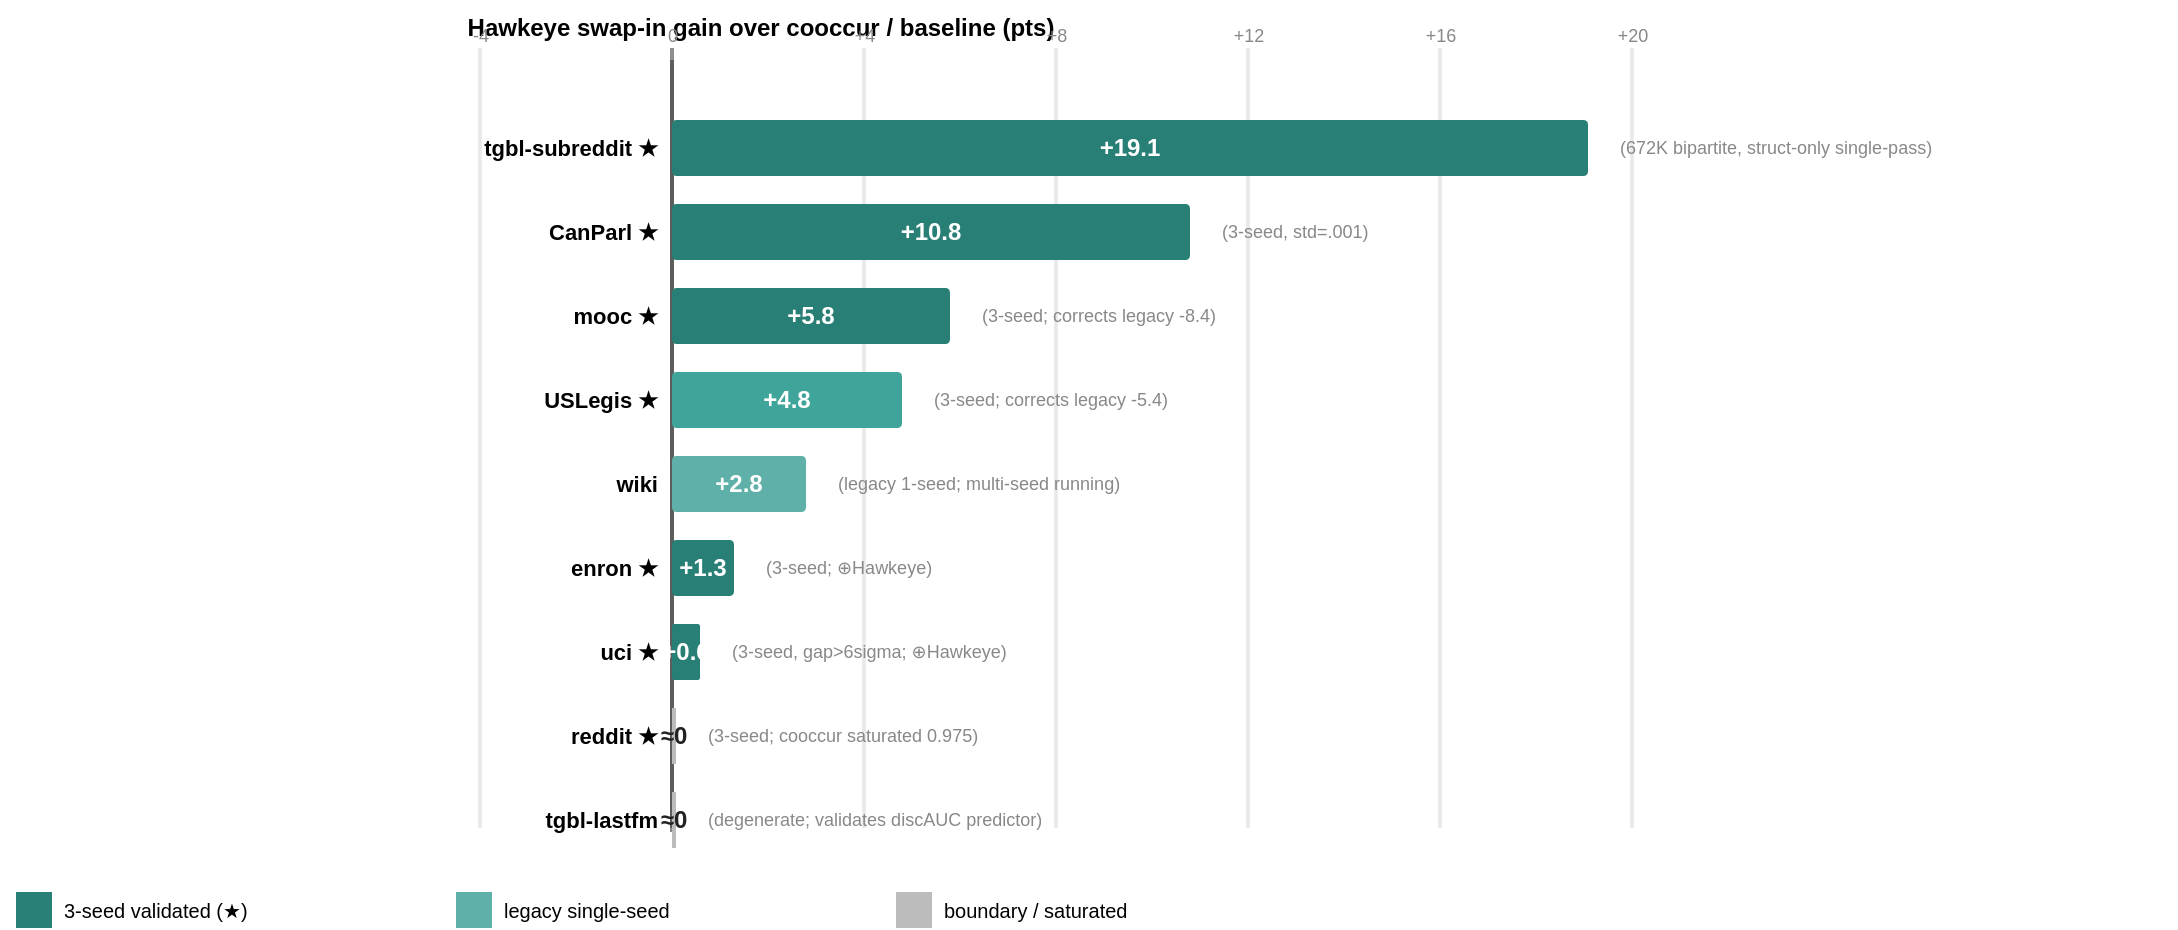
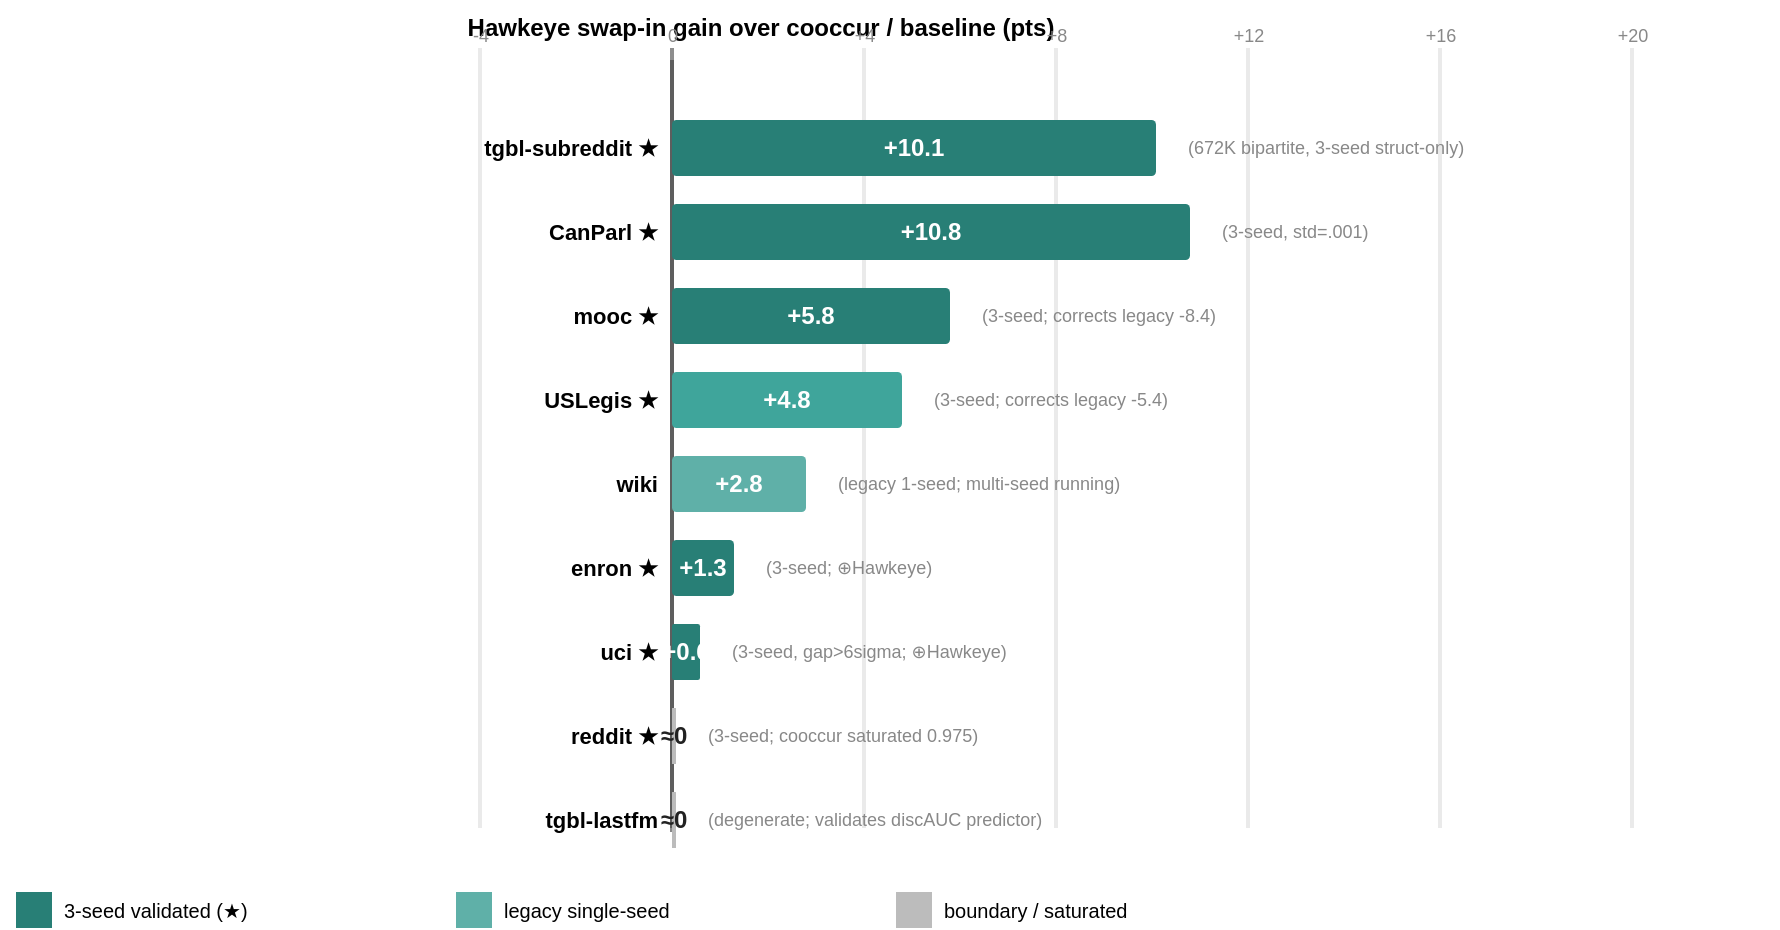
<mxfile host="local" version="22.0.0">
  <diagram name="gains-per-dataset-v2" id="gains_v2">
    <mxGraphModel dx="2400" dy="900" grid="1" gridSize="10" guides="1" tooltips="1"
      connect="1" arrows="1" fold="1" page="1" pageScale="1"
      pageWidth="1244" pageHeight="590" math="0" shadow="0">
      <root>
        <mxCell id="0"/>
        <mxCell id="1" parent="0"/>
-         <mxCell id="3001" value="Hawkeye swap-in gain over cooccur / baseline (pts)" style="text;html=1;align=center;fontFamily=Helvetica;fontSize=12;fontStyle=1" vertex="1" parent="1"><mxGeometry x="24" y="24" width="760" height="24" as="geometry"/></mxCell><mxCell id="3002" value="" style="rounded=0;fillColor=#888888;strokeColor=none" vertex="1" parent="1"><mxGeometry x="359" y="54" width="2" height="386" as="geometry"/></mxCell><mxCell id="3003" value="" style="rounded=0;fillColor=#DDDDDD;strokeColor=none;opacity=60" vertex="1" parent="1"><mxGeometry x="263" y="48" width="2" height="390" as="geometry"/></mxCell><mxCell id="3004" value="-4" style="text;html=1;align=center;fontFamily=Helvetica;fontSize=9;fontColor=#888888" vertex="1" parent="1"><mxGeometry x="250" y="30" width="28" height="16" as="geometry"/></mxCell><mxCell id="3005" value="" style="rounded=0;fillColor=#444444;strokeColor=none;opacity=60" vertex="1" parent="1"><mxGeometry x="359" y="48" width="2" height="390" as="geometry"/></mxCell><mxCell id="3006" value="0" style="text;html=1;align=center;fontFamily=Helvetica;fontSize=9;fontColor=#888888" vertex="1" parent="1"><mxGeometry x="346" y="30" width="28" height="16" as="geometry"/></mxCell><mxCell id="3007" value="" style="rounded=0;fillColor=#DDDDDD;strokeColor=none;opacity=60" vertex="1" parent="1"><mxGeometry x="455" y="48" width="2" height="390" as="geometry"/></mxCell><mxCell id="3008" value="+4" style="text;html=1;align=center;fontFamily=Helvetica;fontSize=9;fontColor=#888888" vertex="1" parent="1"><mxGeometry x="442" y="30" width="28" height="16" as="geometry"/></mxCell><mxCell id="3009" value="" style="rounded=0;fillColor=#DDDDDD;strokeColor=none;opacity=60" vertex="1" parent="1"><mxGeometry x="551" y="48" width="2" height="390" as="geometry"/></mxCell><mxCell id="3010" value="+8" style="text;html=1;align=center;fontFamily=Helvetica;fontSize=9;fontColor=#888888" vertex="1" parent="1"><mxGeometry x="538" y="30" width="28" height="16" as="geometry"/></mxCell><mxCell id="3011" value="" style="rounded=0;fillColor=#DDDDDD;strokeColor=none;opacity=60" vertex="1" parent="1"><mxGeometry x="647" y="48" width="2" height="390" as="geometry"/></mxCell><mxCell id="3012" value="+12" style="text;html=1;align=center;fontFamily=Helvetica;fontSize=9;fontColor=#888888" vertex="1" parent="1"><mxGeometry x="634" y="30" width="28" height="16" as="geometry"/></mxCell><mxCell id="3013" value="" style="rounded=0;fillColor=#DDDDDD;strokeColor=none;opacity=60" vertex="1" parent="1"><mxGeometry x="743" y="48" width="2" height="390" as="geometry"/></mxCell><mxCell id="3014" value="+16" style="text;html=1;align=center;fontFamily=Helvetica;fontSize=9;fontColor=#888888" vertex="1" parent="1"><mxGeometry x="730" y="30" width="28" height="16" as="geometry"/></mxCell><mxCell id="3015" value="" style="rounded=0;fillColor=#DDDDDD;strokeColor=none;opacity=60" vertex="1" parent="1"><mxGeometry x="839" y="48" width="2" height="390" as="geometry"/></mxCell><mxCell id="3016" value="+20" style="text;html=1;align=center;fontFamily=Helvetica;fontSize=9;fontColor=#888888" vertex="1" parent="1"><mxGeometry x="826" y="30" width="28" height="16" as="geometry"/></mxCell><mxCell id="3017" value="tgbl-subreddit ★" style="text;html=1;align=right;verticalAlign=middle;fontFamily=Helvetica;fontSize=11;fontStyle=1" vertex="1" parent="1"><mxGeometry x="204" y="80" width="150" height="36" as="geometry"/></mxCell><mxCell id="3018" value="+19.1" style="rounded=1;arcSize=8;whiteSpace=wrap;html=1;fillColor=#287F76;strokeColor=none;fontColor=#FFFFFF;fontStyle=1;fontFamily=Helvetica;fontSize=12;align=center;verticalAlign=middle" vertex="1" parent="1"><mxGeometry x="360" y="84" width="458" height="28" as="geometry"/></mxCell><mxCell id="3019" value="(672K bipartite, struct-only single-pass)" style="text;html=1;align=left;verticalAlign=middle;fontFamily=Helvetica;fontSize=9;fontColor=#888888" vertex="1" parent="1"><mxGeometry x="832" y="80" width="280" height="36" as="geometry"/></mxCell><mxCell id="3020" value="CanParl ★" style="text;html=1;align=right;verticalAlign=middle;fontFamily=Helvetica;fontSize=11;fontStyle=1" vertex="1" parent="1"><mxGeometry x="204" y="122" width="150" height="36" as="geometry"/></mxCell><mxCell id="3021" value="+10.8" style="rounded=1;arcSize=8;whiteSpace=wrap;html=1;fillColor=#287F76;strokeColor=none;fontColor=#FFFFFF;fontStyle=1;fontFamily=Helvetica;fontSize=12;align=center;verticalAlign=middle" vertex="1" parent="1"><mxGeometry x="360" y="126" width="259" height="28" as="geometry"/></mxCell><mxCell id="3022" value="(3-seed, std=.001)" style="text;html=1;align=left;verticalAlign=middle;fontFamily=Helvetica;fontSize=9;fontColor=#888888" vertex="1" parent="1"><mxGeometry x="633" y="122" width="280" height="36" as="geometry"/></mxCell><mxCell id="3023" value="mooc ★" style="text;html=1;align=right;verticalAlign=middle;fontFamily=Helvetica;fontSize=11;fontStyle=1" vertex="1" parent="1"><mxGeometry x="204" y="164" width="150" height="36" as="geometry"/></mxCell><mxCell id="3024" value="+5.8" style="rounded=1;arcSize=8;whiteSpace=wrap;html=1;fillColor=#287F76;strokeColor=none;fontColor=#FFFFFF;fontStyle=1;fontFamily=Helvetica;fontSize=12;align=center;verticalAlign=middle" vertex="1" parent="1"><mxGeometry x="360" y="168" width="139" height="28" as="geometry"/></mxCell><mxCell id="3025" value="(3-seed; corrects legacy -8.4)" style="text;html=1;align=left;verticalAlign=middle;fontFamily=Helvetica;fontSize=9;fontColor=#888888" vertex="1" parent="1"><mxGeometry x="513" y="164" width="280" height="36" as="geometry"/></mxCell><mxCell id="3026" value="USLegis ★" style="text;html=1;align=right;verticalAlign=middle;fontFamily=Helvetica;fontSize=11;fontStyle=1" vertex="1" parent="1"><mxGeometry x="204" y="206" width="150" height="36" as="geometry"/></mxCell><mxCell id="3027" value="+4.8" style="rounded=1;arcSize=8;whiteSpace=wrap;html=1;fillColor=#3FA59B;strokeColor=none;fontColor=#FFFFFF;fontStyle=1;fontFamily=Helvetica;fontSize=12;align=center;verticalAlign=middle" vertex="1" parent="1"><mxGeometry x="360" y="210" width="115" height="28" as="geometry"/></mxCell><mxCell id="3028" value="(3-seed; corrects legacy -5.4)" style="text;html=1;align=left;verticalAlign=middle;fontFamily=Helvetica;fontSize=9;fontColor=#888888" vertex="1" parent="1"><mxGeometry x="489" y="206" width="280" height="36" as="geometry"/></mxCell><mxCell id="3029" value="wiki" style="text;html=1;align=right;verticalAlign=middle;fontFamily=Helvetica;fontSize=11;fontStyle=1" vertex="1" parent="1"><mxGeometry x="204" y="248" width="150" height="36" as="geometry"/></mxCell><mxCell id="3030" value="+2.8" style="rounded=1;arcSize=8;whiteSpace=wrap;html=1;fillColor=#5FB0A8;strokeColor=none;fontColor=#FFFFFF;fontStyle=1;fontFamily=Helvetica;fontSize=12;align=center;verticalAlign=middle" vertex="1" parent="1"><mxGeometry x="360" y="252" width="67" height="28" as="geometry"/></mxCell><mxCell id="3031" value="(legacy 1-seed; multi-seed running)" style="text;html=1;align=left;verticalAlign=middle;fontFamily=Helvetica;fontSize=9;fontColor=#888888" vertex="1" parent="1"><mxGeometry x="441" y="248" width="280" height="36" as="geometry"/></mxCell><mxCell id="3032" value="enron ★" style="text;html=1;align=right;verticalAlign=middle;fontFamily=Helvetica;fontSize=11;fontStyle=1" vertex="1" parent="1"><mxGeometry x="204" y="290" width="150" height="36" as="geometry"/></mxCell><mxCell id="3033" value="+1.3" style="rounded=1;arcSize=8;whiteSpace=wrap;html=1;fillColor=#287F76;strokeColor=none;fontColor=#FFFFFF;fontStyle=1;fontFamily=Helvetica;fontSize=12;align=center;verticalAlign=middle" vertex="1" parent="1"><mxGeometry x="360" y="294" width="31" height="28" as="geometry"/></mxCell><mxCell id="3034" value="(3-seed; ⊕Hawkeye)" style="text;html=1;align=left;verticalAlign=middle;fontFamily=Helvetica;fontSize=9;fontColor=#888888" vertex="1" parent="1"><mxGeometry x="405" y="290" width="280" height="36" as="geometry"/></mxCell><mxCell id="3035" value="uci ★" style="text;html=1;align=right;verticalAlign=middle;fontFamily=Helvetica;fontSize=11;fontStyle=1" vertex="1" parent="1"><mxGeometry x="204" y="332" width="150" height="36" as="geometry"/></mxCell><mxCell id="3036" value="+0.6" style="rounded=1;arcSize=8;whiteSpace=wrap;html=1;fillColor=#287F76;strokeColor=none;fontColor=#FFFFFF;fontStyle=1;fontFamily=Helvetica;fontSize=12;align=center;verticalAlign=middle" vertex="1" parent="1"><mxGeometry x="360" y="336" width="14" height="28" as="geometry"/></mxCell><mxCell id="3037" value="(3-seed, gap&gt;6sigma; ⊕Hawkeye)" style="text;html=1;align=left;verticalAlign=middle;fontFamily=Helvetica;fontSize=9;fontColor=#888888" vertex="1" parent="1"><mxGeometry x="388" y="332" width="280" height="36" as="geometry"/></mxCell><mxCell id="3038" value="reddit ★" style="text;html=1;align=right;verticalAlign=middle;fontFamily=Helvetica;fontSize=11;fontStyle=1" vertex="1" parent="1"><mxGeometry x="204" y="374" width="150" height="36" as="geometry"/></mxCell><mxCell id="3039" value="≈0" style="rounded=1;arcSize=8;whiteSpace=wrap;html=1;fillColor=#BCBCBC;strokeColor=none;fontColor=#222222;fontStyle=1;fontFamily=Helvetica;fontSize=12;align=center;verticalAlign=middle" vertex="1" parent="1"><mxGeometry x="360" y="378" width="2" height="28" as="geometry"/></mxCell><mxCell id="3040" value="(3-seed; cooccur saturated 0.975)" style="text;html=1;align=left;verticalAlign=middle;fontFamily=Helvetica;fontSize=9;fontColor=#888888" vertex="1" parent="1"><mxGeometry x="376" y="374" width="280" height="36" as="geometry"/></mxCell><mxCell id="3041" value="tgbl-lastfm" style="text;html=1;align=right;verticalAlign=middle;fontFamily=Helvetica;fontSize=11;fontStyle=1" vertex="1" parent="1"><mxGeometry x="204" y="416" width="150" height="36" as="geometry"/></mxCell><mxCell id="3042" value="≈0" style="rounded=1;arcSize=8;whiteSpace=wrap;html=1;fillColor=#BCBCBC;strokeColor=none;fontColor=#222222;fontStyle=1;fontFamily=Helvetica;fontSize=12;align=center;verticalAlign=middle" vertex="1" parent="1"><mxGeometry x="360" y="420" width="2" height="28" as="geometry"/></mxCell><mxCell id="3043" value="(degenerate; validates discAUC predictor)" style="text;html=1;align=left;verticalAlign=middle;fontFamily=Helvetica;fontSize=9;fontColor=#888888" vertex="1" parent="1"><mxGeometry x="376" y="416" width="280" height="36" as="geometry"/></mxCell><mxCell id="3044" value="" style="rounded=0;fillColor=#287F76;strokeColor=none" vertex="1" parent="1"><mxGeometry x="32" y="470" width="18" height="18" as="geometry"/></mxCell><mxCell id="3045" value="3-seed validated (★)" style="text;html=1;align=left;verticalAlign=middle;fontFamily=Helvetica;fontSize=10" vertex="1" parent="1"><mxGeometry x="54" y="470" width="230" height="18" as="geometry"/></mxCell><mxCell id="3046" value="" style="rounded=0;fillColor=#5FB0A8;strokeColor=none" vertex="1" parent="1"><mxGeometry x="252" y="470" width="18" height="18" as="geometry"/></mxCell><mxCell id="3047" value="legacy single-seed" style="text;html=1;align=left;verticalAlign=middle;fontFamily=Helvetica;fontSize=10" vertex="1" parent="1"><mxGeometry x="274" y="470" width="230" height="18" as="geometry"/></mxCell><mxCell id="3048" value="" style="rounded=0;fillColor=#BCBCBC;strokeColor=none" vertex="1" parent="1"><mxGeometry x="472" y="470" width="18" height="18" as="geometry"/></mxCell><mxCell id="3049" value="boundary / saturated" style="text;html=1;align=left;verticalAlign=middle;fontFamily=Helvetica;fontSize=10" vertex="1" parent="1"><mxGeometry x="494" y="470" width="230" height="18" as="geometry"/></mxCell>
+         <mxCell id="3001" value="Hawkeye swap-in gain over cooccur / baseline (pts)" style="text;html=1;align=center;fontFamily=Helvetica;fontSize=12;fontStyle=1" vertex="1" parent="1"><mxGeometry x="24" y="24" width="760" height="24" as="geometry"/></mxCell><mxCell id="3002" value="" style="rounded=0;fillColor=#888888;strokeColor=none" vertex="1" parent="1"><mxGeometry x="359" y="54" width="2" height="386" as="geometry"/></mxCell><mxCell id="3003" value="" style="rounded=0;fillColor=#DDDDDD;strokeColor=none;opacity=60" vertex="1" parent="1"><mxGeometry x="263" y="48" width="2" height="390" as="geometry"/></mxCell><mxCell id="3004" value="-4" style="text;html=1;align=center;fontFamily=Helvetica;fontSize=9;fontColor=#888888" vertex="1" parent="1"><mxGeometry x="250" y="30" width="28" height="16" as="geometry"/></mxCell><mxCell id="3005" value="" style="rounded=0;fillColor=#444444;strokeColor=none;opacity=60" vertex="1" parent="1"><mxGeometry x="359" y="48" width="2" height="390" as="geometry"/></mxCell><mxCell id="3006" value="0" style="text;html=1;align=center;fontFamily=Helvetica;fontSize=9;fontColor=#888888" vertex="1" parent="1"><mxGeometry x="346" y="30" width="28" height="16" as="geometry"/></mxCell><mxCell id="3007" value="" style="rounded=0;fillColor=#DDDDDD;strokeColor=none;opacity=60" vertex="1" parent="1"><mxGeometry x="455" y="48" width="2" height="390" as="geometry"/></mxCell><mxCell id="3008" value="+4" style="text;html=1;align=center;fontFamily=Helvetica;fontSize=9;fontColor=#888888" vertex="1" parent="1"><mxGeometry x="442" y="30" width="28" height="16" as="geometry"/></mxCell><mxCell id="3009" value="" style="rounded=0;fillColor=#DDDDDD;strokeColor=none;opacity=60" vertex="1" parent="1"><mxGeometry x="551" y="48" width="2" height="390" as="geometry"/></mxCell><mxCell id="3010" value="+8" style="text;html=1;align=center;fontFamily=Helvetica;fontSize=9;fontColor=#888888" vertex="1" parent="1"><mxGeometry x="538" y="30" width="28" height="16" as="geometry"/></mxCell><mxCell id="3011" value="" style="rounded=0;fillColor=#DDDDDD;strokeColor=none;opacity=60" vertex="1" parent="1"><mxGeometry x="647" y="48" width="2" height="390" as="geometry"/></mxCell><mxCell id="3012" value="+12" style="text;html=1;align=center;fontFamily=Helvetica;fontSize=9;fontColor=#888888" vertex="1" parent="1"><mxGeometry x="634" y="30" width="28" height="16" as="geometry"/></mxCell><mxCell id="3013" value="" style="rounded=0;fillColor=#DDDDDD;strokeColor=none;opacity=60" vertex="1" parent="1"><mxGeometry x="743" y="48" width="2" height="390" as="geometry"/></mxCell><mxCell id="3014" value="+16" style="text;html=1;align=center;fontFamily=Helvetica;fontSize=9;fontColor=#888888" vertex="1" parent="1"><mxGeometry x="730" y="30" width="28" height="16" as="geometry"/></mxCell><mxCell id="3015" value="" style="rounded=0;fillColor=#DDDDDD;strokeColor=none;opacity=60" vertex="1" parent="1"><mxGeometry x="839" y="48" width="2" height="390" as="geometry"/></mxCell><mxCell id="3016" value="+20" style="text;html=1;align=center;fontFamily=Helvetica;fontSize=9;fontColor=#888888" vertex="1" parent="1"><mxGeometry x="826" y="30" width="28" height="16" as="geometry"/></mxCell><mxCell id="3017" value="tgbl-subreddit ★" style="text;html=1;align=right;verticalAlign=middle;fontFamily=Helvetica;fontSize=11;fontStyle=1" vertex="1" parent="1"><mxGeometry x="204" y="80" width="150" height="36" as="geometry"/></mxCell><mxCell id="3018" value="+10.1" style="rounded=1;arcSize=8;whiteSpace=wrap;html=1;fillColor=#287F76;strokeColor=none;fontColor=#FFFFFF;fontStyle=1;fontFamily=Helvetica;fontSize=12;align=center;verticalAlign=middle" vertex="1" parent="1"><mxGeometry x="360" y="84" width="242" height="28" as="geometry"/></mxCell><mxCell id="3019" value="(672K bipartite, 3-seed struct-only)" style="text;html=1;align=left;verticalAlign=middle;fontFamily=Helvetica;fontSize=9;fontColor=#888888" vertex="1" parent="1"><mxGeometry x="616" y="80" width="280" height="36" as="geometry"/></mxCell><mxCell id="3020" value="CanParl ★" style="text;html=1;align=right;verticalAlign=middle;fontFamily=Helvetica;fontSize=11;fontStyle=1" vertex="1" parent="1"><mxGeometry x="204" y="122" width="150" height="36" as="geometry"/></mxCell><mxCell id="3021" value="+10.8" style="rounded=1;arcSize=8;whiteSpace=wrap;html=1;fillColor=#287F76;strokeColor=none;fontColor=#FFFFFF;fontStyle=1;fontFamily=Helvetica;fontSize=12;align=center;verticalAlign=middle" vertex="1" parent="1"><mxGeometry x="360" y="126" width="259" height="28" as="geometry"/></mxCell><mxCell id="3022" value="(3-seed, std=.001)" style="text;html=1;align=left;verticalAlign=middle;fontFamily=Helvetica;fontSize=9;fontColor=#888888" vertex="1" parent="1"><mxGeometry x="633" y="122" width="280" height="36" as="geometry"/></mxCell><mxCell id="3023" value="mooc ★" style="text;html=1;align=right;verticalAlign=middle;fontFamily=Helvetica;fontSize=11;fontStyle=1" vertex="1" parent="1"><mxGeometry x="204" y="164" width="150" height="36" as="geometry"/></mxCell><mxCell id="3024" value="+5.8" style="rounded=1;arcSize=8;whiteSpace=wrap;html=1;fillColor=#287F76;strokeColor=none;fontColor=#FFFFFF;fontStyle=1;fontFamily=Helvetica;fontSize=12;align=center;verticalAlign=middle" vertex="1" parent="1"><mxGeometry x="360" y="168" width="139" height="28" as="geometry"/></mxCell><mxCell id="3025" value="(3-seed; corrects legacy -8.4)" style="text;html=1;align=left;verticalAlign=middle;fontFamily=Helvetica;fontSize=9;fontColor=#888888" vertex="1" parent="1"><mxGeometry x="513" y="164" width="280" height="36" as="geometry"/></mxCell><mxCell id="3026" value="USLegis ★" style="text;html=1;align=right;verticalAlign=middle;fontFamily=Helvetica;fontSize=11;fontStyle=1" vertex="1" parent="1"><mxGeometry x="204" y="206" width="150" height="36" as="geometry"/></mxCell><mxCell id="3027" value="+4.8" style="rounded=1;arcSize=8;whiteSpace=wrap;html=1;fillColor=#3FA59B;strokeColor=none;fontColor=#FFFFFF;fontStyle=1;fontFamily=Helvetica;fontSize=12;align=center;verticalAlign=middle" vertex="1" parent="1"><mxGeometry x="360" y="210" width="115" height="28" as="geometry"/></mxCell><mxCell id="3028" value="(3-seed; corrects legacy -5.4)" style="text;html=1;align=left;verticalAlign=middle;fontFamily=Helvetica;fontSize=9;fontColor=#888888" vertex="1" parent="1"><mxGeometry x="489" y="206" width="280" height="36" as="geometry"/></mxCell><mxCell id="3029" value="wiki" style="text;html=1;align=right;verticalAlign=middle;fontFamily=Helvetica;fontSize=11;fontStyle=1" vertex="1" parent="1"><mxGeometry x="204" y="248" width="150" height="36" as="geometry"/></mxCell><mxCell id="3030" value="+2.8" style="rounded=1;arcSize=8;whiteSpace=wrap;html=1;fillColor=#5FB0A8;strokeColor=none;fontColor=#FFFFFF;fontStyle=1;fontFamily=Helvetica;fontSize=12;align=center;verticalAlign=middle" vertex="1" parent="1"><mxGeometry x="360" y="252" width="67" height="28" as="geometry"/></mxCell><mxCell id="3031" value="(legacy 1-seed; multi-seed running)" style="text;html=1;align=left;verticalAlign=middle;fontFamily=Helvetica;fontSize=9;fontColor=#888888" vertex="1" parent="1"><mxGeometry x="441" y="248" width="280" height="36" as="geometry"/></mxCell><mxCell id="3032" value="enron ★" style="text;html=1;align=right;verticalAlign=middle;fontFamily=Helvetica;fontSize=11;fontStyle=1" vertex="1" parent="1"><mxGeometry x="204" y="290" width="150" height="36" as="geometry"/></mxCell><mxCell id="3033" value="+1.3" style="rounded=1;arcSize=8;whiteSpace=wrap;html=1;fillColor=#287F76;strokeColor=none;fontColor=#FFFFFF;fontStyle=1;fontFamily=Helvetica;fontSize=12;align=center;verticalAlign=middle" vertex="1" parent="1"><mxGeometry x="360" y="294" width="31" height="28" as="geometry"/></mxCell><mxCell id="3034" value="(3-seed; ⊕Hawkeye)" style="text;html=1;align=left;verticalAlign=middle;fontFamily=Helvetica;fontSize=9;fontColor=#888888" vertex="1" parent="1"><mxGeometry x="405" y="290" width="280" height="36" as="geometry"/></mxCell><mxCell id="3035" value="uci ★" style="text;html=1;align=right;verticalAlign=middle;fontFamily=Helvetica;fontSize=11;fontStyle=1" vertex="1" parent="1"><mxGeometry x="204" y="332" width="150" height="36" as="geometry"/></mxCell><mxCell id="3036" value="+0.6" style="rounded=1;arcSize=8;whiteSpace=wrap;html=1;fillColor=#287F76;strokeColor=none;fontColor=#FFFFFF;fontStyle=1;fontFamily=Helvetica;fontSize=12;align=center;verticalAlign=middle" vertex="1" parent="1"><mxGeometry x="360" y="336" width="14" height="28" as="geometry"/></mxCell><mxCell id="3037" value="(3-seed, gap&gt;6sigma; ⊕Hawkeye)" style="text;html=1;align=left;verticalAlign=middle;fontFamily=Helvetica;fontSize=9;fontColor=#888888" vertex="1" parent="1"><mxGeometry x="388" y="332" width="280" height="36" as="geometry"/></mxCell><mxCell id="3038" value="reddit ★" style="text;html=1;align=right;verticalAlign=middle;fontFamily=Helvetica;fontSize=11;fontStyle=1" vertex="1" parent="1"><mxGeometry x="204" y="374" width="150" height="36" as="geometry"/></mxCell><mxCell id="3039" value="≈0" style="rounded=1;arcSize=8;whiteSpace=wrap;html=1;fillColor=#BCBCBC;strokeColor=none;fontColor=#222222;fontStyle=1;fontFamily=Helvetica;fontSize=12;align=center;verticalAlign=middle" vertex="1" parent="1"><mxGeometry x="360" y="378" width="2" height="28" as="geometry"/></mxCell><mxCell id="3040" value="(3-seed; cooccur saturated 0.975)" style="text;html=1;align=left;verticalAlign=middle;fontFamily=Helvetica;fontSize=9;fontColor=#888888" vertex="1" parent="1"><mxGeometry x="376" y="374" width="280" height="36" as="geometry"/></mxCell><mxCell id="3041" value="tgbl-lastfm" style="text;html=1;align=right;verticalAlign=middle;fontFamily=Helvetica;fontSize=11;fontStyle=1" vertex="1" parent="1"><mxGeometry x="204" y="416" width="150" height="36" as="geometry"/></mxCell><mxCell id="3042" value="≈0" style="rounded=1;arcSize=8;whiteSpace=wrap;html=1;fillColor=#BCBCBC;strokeColor=none;fontColor=#222222;fontStyle=1;fontFamily=Helvetica;fontSize=12;align=center;verticalAlign=middle" vertex="1" parent="1"><mxGeometry x="360" y="420" width="2" height="28" as="geometry"/></mxCell><mxCell id="3043" value="(degenerate; validates discAUC predictor)" style="text;html=1;align=left;verticalAlign=middle;fontFamily=Helvetica;fontSize=9;fontColor=#888888" vertex="1" parent="1"><mxGeometry x="376" y="416" width="280" height="36" as="geometry"/></mxCell><mxCell id="3044" value="" style="rounded=0;fillColor=#287F76;strokeColor=none" vertex="1" parent="1"><mxGeometry x="32" y="470" width="18" height="18" as="geometry"/></mxCell><mxCell id="3045" value="3-seed validated (★)" style="text;html=1;align=left;verticalAlign=middle;fontFamily=Helvetica;fontSize=10" vertex="1" parent="1"><mxGeometry x="54" y="470" width="230" height="18" as="geometry"/></mxCell><mxCell id="3046" value="" style="rounded=0;fillColor=#5FB0A8;strokeColor=none" vertex="1" parent="1"><mxGeometry x="252" y="470" width="18" height="18" as="geometry"/></mxCell><mxCell id="3047" value="legacy single-seed" style="text;html=1;align=left;verticalAlign=middle;fontFamily=Helvetica;fontSize=10" vertex="1" parent="1"><mxGeometry x="274" y="470" width="230" height="18" as="geometry"/></mxCell><mxCell id="3048" value="" style="rounded=0;fillColor=#BCBCBC;strokeColor=none" vertex="1" parent="1"><mxGeometry x="472" y="470" width="18" height="18" as="geometry"/></mxCell><mxCell id="3049" value="boundary / saturated" style="text;html=1;align=left;verticalAlign=middle;fontFamily=Helvetica;fontSize=10" vertex="1" parent="1"><mxGeometry x="494" y="470" width="230" height="18" as="geometry"/></mxCell>
      </root>
    </mxGraphModel>
  </diagram>
</mxfile>
